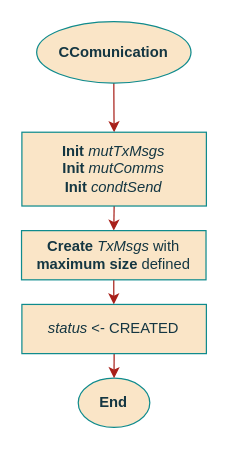
Above: page "constructor" (2 of 8) of documentation/flowcharts/02Classes/CCommunication.drawio in ESRGgroup9/slipad (draw.io), before the change. Source tidied: cells renumbered, new cells numbered last; positions are measured from the earlier drawing's top-left corner, leaving out a move shared by most shapes. Both pictures are drawn from the tidied source at 123%, with x=0, y=0 at pixel (21, 21).
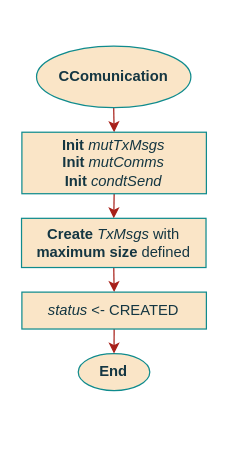
After the change.

What changed in the source:
```diff
@@
 <mxGraphModel>
   <root>
     <mxCell id="0" />
     <mxCell id="1" parent="0" />
     <mxCell id="2" style="edgeStyle=orthogonalEdgeStyle;curved=0;rounded=1;sketch=0;jettySize=auto;html=1;exitX=0.5;exitY=1;exitDx=0;exitDy=0;entryX=0.5;entryY=0;entryDx=0;entryDy=0;fontColor=#143642;strokeColor=#A8201A;fillColor=#FAE5C7;" parent="1" edge="1" source="3">
       <mxGeometry relative="1" as="geometry">
         <mxPoint x="75.3" y="90" as="targetPoint" />
       </mxGeometry>
     </mxCell>
     <mxCell id="3" value="CComunication" style="ellipse;whiteSpace=wrap;html=1;fillColor=#FAE5C7;strokeColor=#0F8B8D;fontColor=#143642;fontStyle=1;" parent="1" vertex="1">
-      <mxGeometry x="12.3" width="125.5" height="50" as="geometry" />
+      <mxGeometry x="12.2" y="20" width="125.5" height="50" as="geometry" />
     </mxCell>
     <mxCell id="4" style="edgeStyle=orthogonalEdgeStyle;curved=0;rounded=1;sketch=0;jettySize=auto;html=1;exitX=0.5;exitY=1;exitDx=0;exitDy=0;entryX=0.5;entryY=0;entryDx=0;entryDy=0;fontColor=#143642;strokeColor=#A8201A;fillColor=#FAE5C7;" parent="1" edge="1" source="5" target="7">
       <mxGeometry relative="1" as="geometry" />
     </mxCell>
     <mxCell id="5" value="&lt;div&gt;&lt;b&gt;Init&lt;/b&gt; &lt;i&gt;mutTxMsgs&lt;/i&gt;&lt;/div&gt;&lt;div&gt;&lt;b&gt;Init&lt;/b&gt;&lt;i&gt; mutComms&lt;/i&gt;&lt;/div&gt;&lt;div&gt;&lt;b&gt;Init&lt;/b&gt;&lt;i&gt; condtSend&lt;br&gt;&lt;/i&gt;&lt;/div&gt;" style="rounded=0;whiteSpace=wrap;html=1;sketch=0;fontColor=#143642;strokeColor=#0F8B8D;fillColor=#FAE5C7;" parent="1" vertex="1">
-      <mxGeometry x="0.3" y="90" width="150" height="60" as="geometry" />
+      <mxGeometry x="0.3" y="90" width="150" height="50" as="geometry" />
     </mxCell>
-    <mxCell id="6" style="edgeStyle=orthogonalEdgeStyle;curved=0;rounded=1;sketch=0;jettySize=auto;html=1;exitX=0.5;exitY=1;exitDx=0;exitDy=0;fontColor=#143642;strokeColor=#A8201A;fillColor=#FAE5C7;" parent="1" edge="1" source="7">
-      <mxGeometry relative="1" as="geometry">
-        <mxPoint x="75" y="230" as="targetPoint" />
-      </mxGeometry>
+    <mxCell id="6" style="edgeStyle=orthogonalEdgeStyle;curved=0;rounded=1;sketch=0;jettySize=auto;html=1;exitX=0.5;exitY=1;exitDx=0;exitDy=0;fontColor=#143642;strokeColor=#A8201A;fillColor=#FAE5C7;entryX=0.5;entryY=0;entryDx=0;entryDy=0;" parent="1" edge="1" source="7" target="10">
+      <mxGeometry relative="1" as="geometry" />
     </mxCell>
     <mxCell id="7" value="&lt;b&gt;Create&lt;/b&gt; &lt;i&gt;TxMsgs     &lt;/i&gt;with &lt;b&gt;maximum size&lt;/b&gt; defined&lt;i&gt;&lt;br&gt;&lt;/i&gt;" style="rounded=0;whiteSpace=wrap;html=1;sketch=0;fontColor=#143642;strokeColor=#0F8B8D;fillColor=#FAE5C7;" parent="1" vertex="1">
-      <mxGeometry y="170" width="150" height="40" as="geometry" />
+      <mxGeometry y="160" width="150" height="40" as="geometry" />
     </mxCell>
     <mxCell id="8" value="End" style="ellipse;whiteSpace=wrap;html=1;fillColor=#FAE5C7;strokeColor=#0F8B8D;fontColor=#143642;fontStyle=1;" parent="1" vertex="1">
-      <mxGeometry x="46.1" y="290" width="58.2" height="40" as="geometry" />
+      <mxGeometry x="46.1" y="270" width="58.2" height="30" as="geometry" />
     </mxCell>
     <mxCell id="9" style="edgeStyle=orthogonalEdgeStyle;rounded=1;jettySize=auto;html=1;exitX=0.5;exitY=1;exitDx=0;exitDy=0;entryX=0.5;entryY=0;entryDx=0;entryDy=0;strokeColor=#A8201A;" parent="1" edge="1" source="10" target="8">
       <mxGeometry relative="1" as="geometry" />
     </mxCell>
     <mxCell id="10" value="&lt;i&gt;status&lt;/i&gt; &amp;lt;- CREATED" style="rounded=0;whiteSpace=wrap;html=1;sketch=0;fontColor=#143642;strokeColor=#0F8B8D;fillColor=#FAE5C7;" parent="1" vertex="1">
-      <mxGeometry x="0.3" y="230" width="150" height="40" as="geometry" />
+      <mxGeometry x="0.3" y="220" width="150" height="30" as="geometry" />
     </mxCell>
   </root>
 </mxGraphModel>
```
